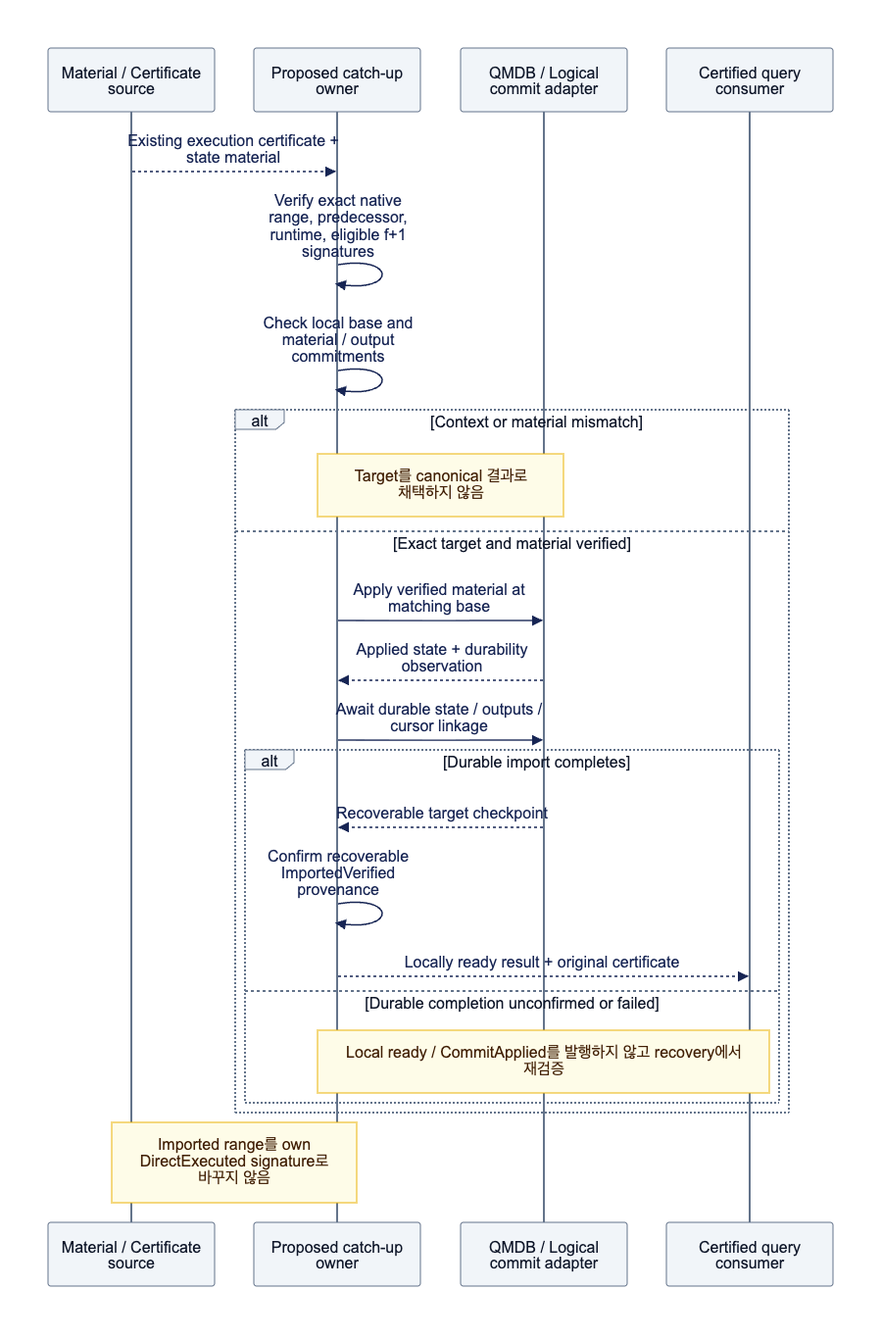
Earlier version of the Mermaid export assets/diagrams/diagram-14.png (djm07073/baton-research). Its source is kept beside it as assets/diagrams/diagram-14.mmd.
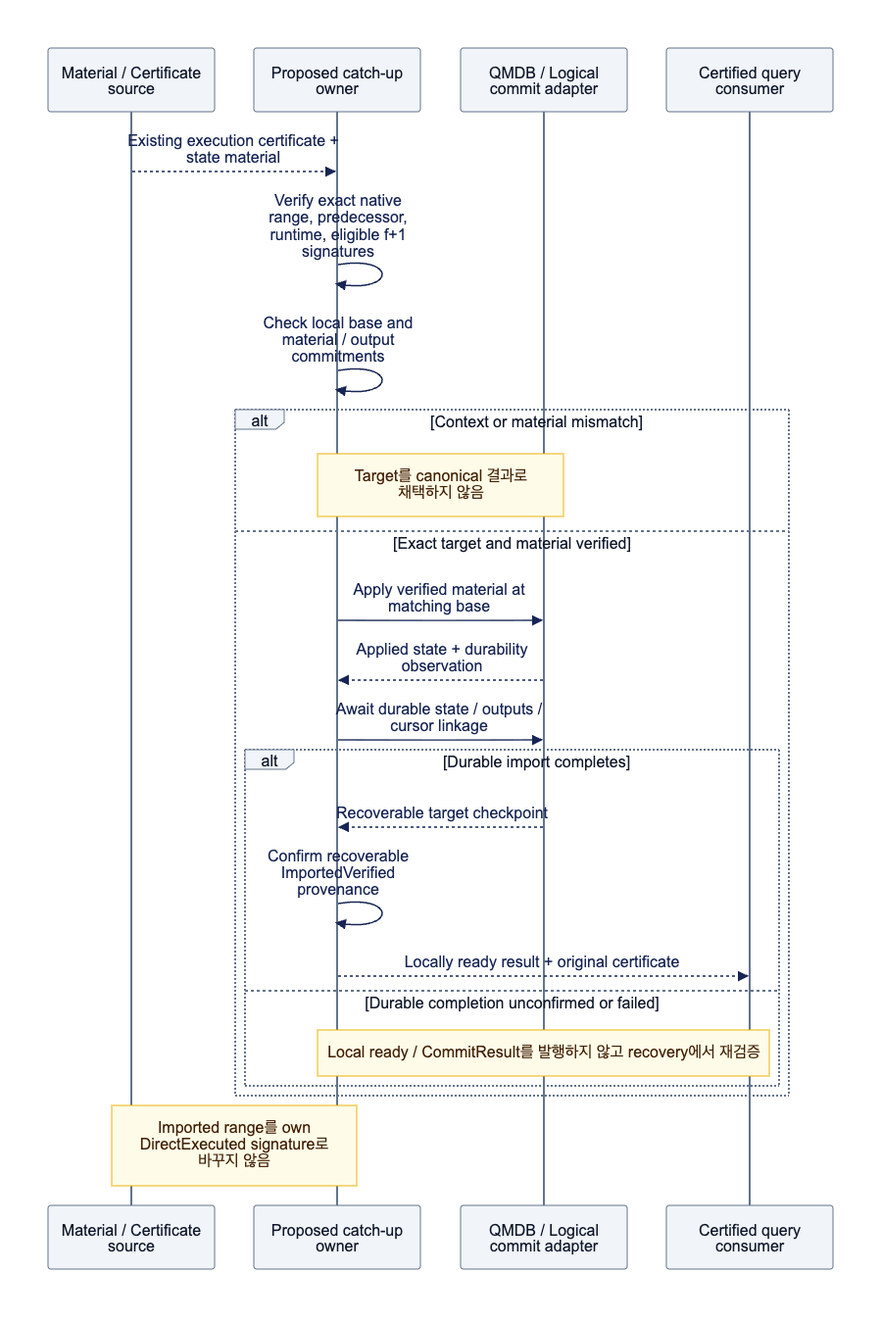
Above is the later version.

Diff of the diagram source:
```diff
@@ -17,7 +17,7 @@
             C->>C: Confirm recoverable ImportedVerified provenance
             C-->>V: Locally ready result + original certificate
         else Durable completion unconfirmed or failed
-            Note over C,V: Local ready / CommitApplied를 발행하지 않고 recovery에서 재검증
+            Note over C,V: Local ready / CommitResult를 발행하지 않고 recovery에서 재검증
         end
     end
     Note over P,C: Imported range를 own DirectExecuted signature로 바꾸지 않음
```
